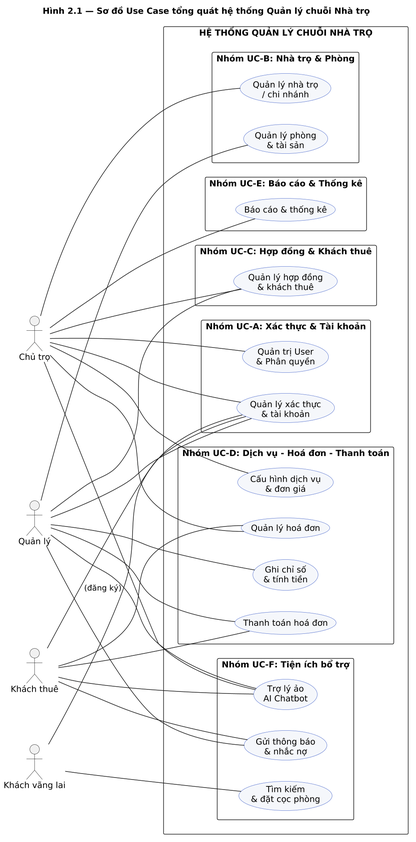
Above: docs/diagrams/png/2.01_uc_overall.png in DiepTuHuy/Hostel_Management (PlantUML), before the change. The source it was exported from:
```plantuml
@startuml
scale 1.5
title Hình 2.1 — Sơ đồ Use Case tổng quát hệ thống Quản lý chuỗi Nhà trọ

left to right direction
skinparam packageStyle rectangle
skinparam shadowing false
skinparam usecase {
  BackgroundColor #F5F7FB
  BorderColor #3A5BC7
}

actor "Chủ trọ"        as Owner
actor "Quản lý"        as Manager
actor "Khách thuê"     as Tenant
actor "Khách vãng lai" as Visitor

rectangle "HỆ THỐNG QUẢN LÝ CHUỖI NHÀ TRỌ" {

  package "Nhóm UC-A: Xác thực & Tài khoản" {
    usecase "Quản lý xác thực\n& tài khoản"            as UC_Auth
    usecase "Quản trị User\n& Phân quyền"              as UC_Sys
  }

  package "Nhóm UC-B: Nhà trọ & Phòng" {
    usecase "Quản lý nhà trọ\n/ chi nhánh"             as UC_Branch
    usecase "Quản lý phòng\n& tài sản"                 as UC_Room
  }

  package "Nhóm UC-C: Hợp đồng & Khách thuê" {
    usecase "Quản lý hợp đồng\n& khách thuê"           as UC_Contract
  }

  package "Nhóm UC-D: Dịch vụ - Hoá đơn - Thanh toán" {
    usecase "Cấu hình dịch vụ\n& đơn giá"              as UC_Service
    usecase "Ghi chỉ số\n& tính tiền"                  as UC_Meter
    usecase "Quản lý hoá đơn"                          as UC_Invoice
    usecase "Thanh toán hoá đơn"                       as UC_Payment
  }

  package "Nhóm UC-E: Báo cáo & Thống kê" {
    usecase "Báo cáo & thống kê"                       as UC_Report
  }

  package "Nhóm UC-F: Tiện ích bổ trợ" {
    usecase "Gửi thông báo\n& nhắc nợ"                 as UC_Notify
    usecase "Tìm kiếm\n& đặt cọc phòng"                as UC_Search
    usecase "Trợ lý ảo\nAI Chatbot"                    as UC_Chat
  }
}

Owner   -- UC_Auth
Owner   -- UC_Sys
Owner   -- UC_Branch
Owner   -- UC_Service
Owner   -- UC_Contract
Owner   -- UC_Invoice
Owner   -- UC_Report
Owner   -- UC_Chat

Manager -- UC_Auth
Manager -- UC_Room
Manager -- UC_Contract
Manager -- UC_Meter
Manager -- UC_Payment
Manager -- UC_Notify
Manager -- UC_Chat

Tenant  -- UC_Auth
Tenant  -- UC_Invoice
Tenant  -- UC_Payment
Tenant  -- UC_Notify
Tenant  -- UC_Chat

Visitor -- UC_Search
Visitor -- UC_Auth : (đăng ký)
@enduml
```
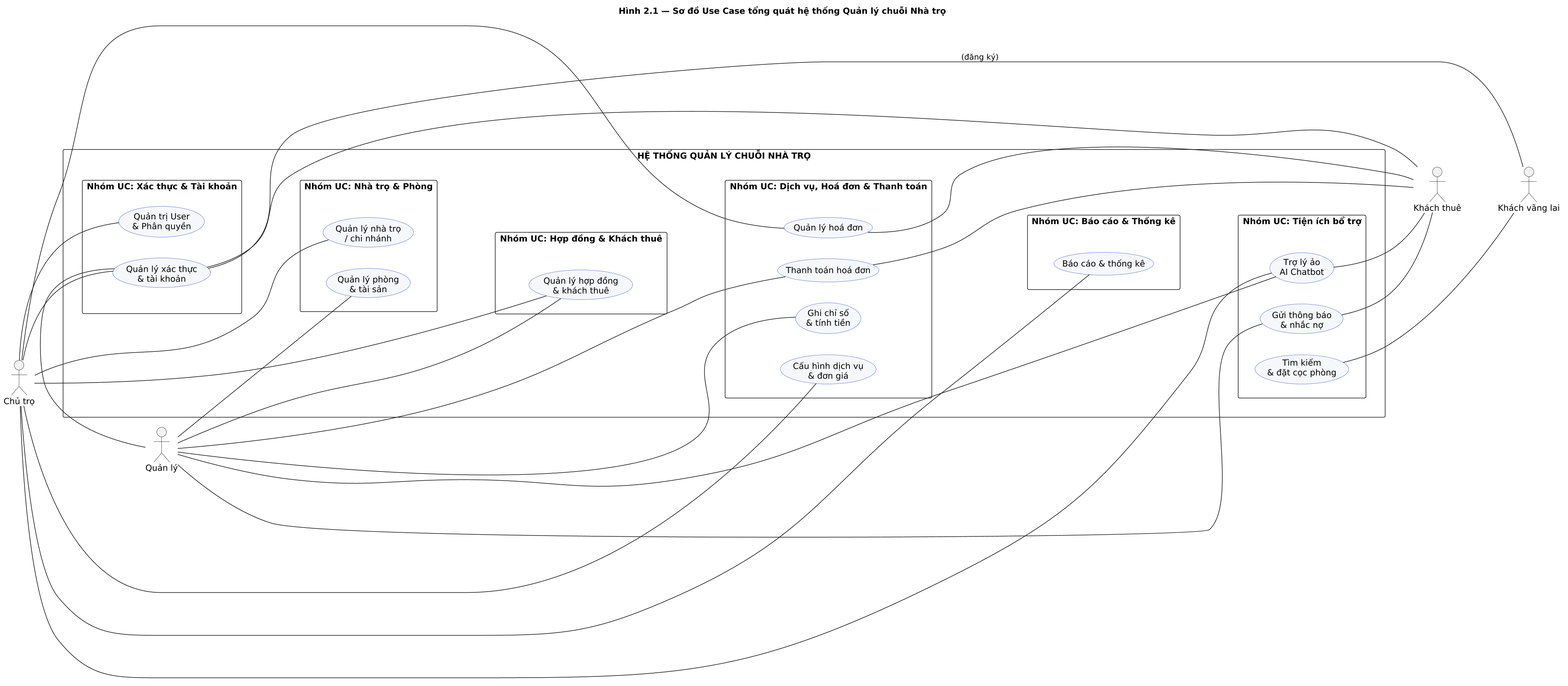
After the commit.

Commit message:
doc: align overall usecase diagram layout and rename packages to remove suffixes

The edit, as a diff of the source:
```diff
@@ -15,48 +15,57 @@
 actor "Khách thuê"     as Tenant
 actor "Khách vãng lai" as Visitor
 
+Owner -[hidden]down-> Manager
+Tenant -[hidden]down-> Visitor
+
 rectangle "HỆ THỐNG QUẢN LÝ CHUỖI NHÀ TRỌ" {
 
-  package "Nhóm UC-A: Xác thực & Tài khoản" {
+  package "Nhóm UC: Xác thực & Tài khoản" as pkg_A {
     usecase "Quản lý xác thực\n& tài khoản"            as UC_Auth
     usecase "Quản trị User\n& Phân quyền"              as UC_Sys
   }
 
-  package "Nhóm UC-B: Nhà trọ & Phòng" {
+  package "Nhóm UC: Nhà trọ & Phòng" as pkg_B {
     usecase "Quản lý nhà trọ\n/ chi nhánh"             as UC_Branch
     usecase "Quản lý phòng\n& tài sản"                 as UC_Room
   }
 
-  package "Nhóm UC-C: Hợp đồng & Khách thuê" {
+  package "Nhóm UC: Hợp đồng & Khách thuê" as pkg_C {
     usecase "Quản lý hợp đồng\n& khách thuê"           as UC_Contract
   }
 
-  package "Nhóm UC-D: Dịch vụ - Hoá đơn - Thanh toán" {
+  package "Nhóm UC: Dịch vụ, Hoá đơn & Thanh toán" as pkg_D {
     usecase "Cấu hình dịch vụ\n& đơn giá"              as UC_Service
     usecase "Ghi chỉ số\n& tính tiền"                  as UC_Meter
     usecase "Quản lý hoá đơn"                          as UC_Invoice
     usecase "Thanh toán hoá đơn"                       as UC_Payment
   }
 
-  package "Nhóm UC-E: Báo cáo & Thống kê" {
+  package "Nhóm UC: Báo cáo & Thống kê" as pkg_E {
     usecase "Báo cáo & thống kê"                       as UC_Report
   }
 
-  package "Nhóm UC-F: Tiện ích bổ trợ" {
+  package "Nhóm UC: Tiện ích bổ trợ" as pkg_F {
     usecase "Gửi thông báo\n& nhắc nợ"                 as UC_Notify
     usecase "Tìm kiếm\n& đặt cọc phòng"                as UC_Search
     usecase "Trợ lý ảo\nAI Chatbot"                    as UC_Chat
   }
+
+  pkg_A -[hidden]down-> pkg_B
+  pkg_B -[hidden]down-> pkg_C
+  pkg_C -[hidden]down-> pkg_D
+  pkg_D -[hidden]down-> pkg_E
+  pkg_E -[hidden]down-> pkg_F
 }
 
-Owner   -- UC_Auth
-Owner   -- UC_Sys
-Owner   -- UC_Branch
-Owner   -- UC_Service
-Owner   -- UC_Contract
-Owner   -- UC_Invoice
-Owner   -- UC_Report
-Owner   -- UC_Chat
+Owner -- UC_Auth
+Owner -- UC_Sys
+Owner -- UC_Branch
+Owner -- UC_Contract
+Owner -- UC_Service
+Owner -- UC_Invoice
+Owner -- UC_Report
+Owner -- UC_Chat
 
 Manager -- UC_Auth
 Manager -- UC_Room
@@ -66,12 +75,12 @@
 Manager -- UC_Notify
 Manager -- UC_Chat
 
-Tenant  -- UC_Auth
-Tenant  -- UC_Invoice
-Tenant  -- UC_Payment
-Tenant  -- UC_Notify
-Tenant  -- UC_Chat
+UC_Auth -- Tenant
+UC_Invoice -- Tenant
+UC_Payment -- Tenant
+UC_Notify -- Tenant
+UC_Chat -- Tenant
 
-Visitor -- UC_Search
-Visitor -- UC_Auth : (đăng ký)
+UC_Search -- Visitor
+UC_Auth -- Visitor : (đăng ký)
 @enduml
```
